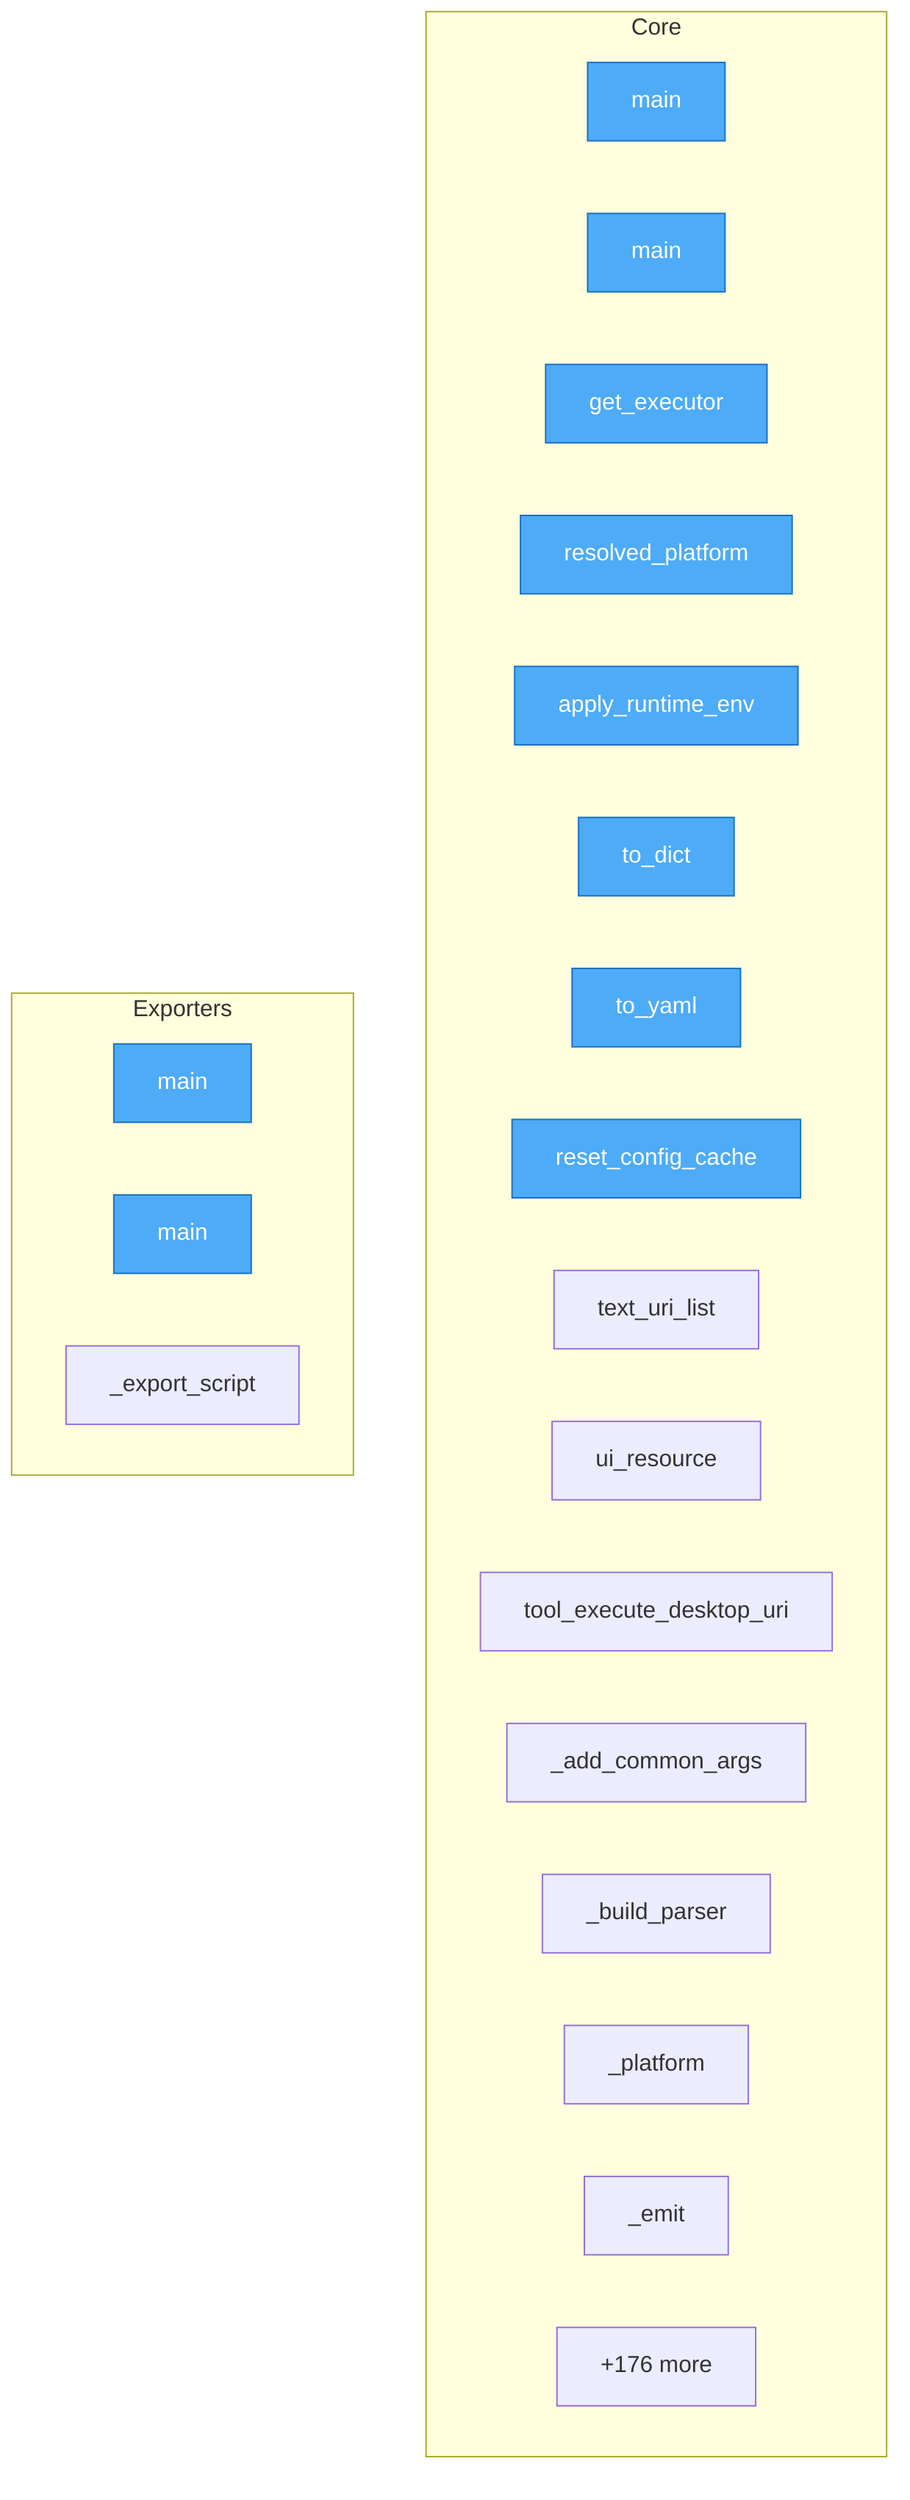
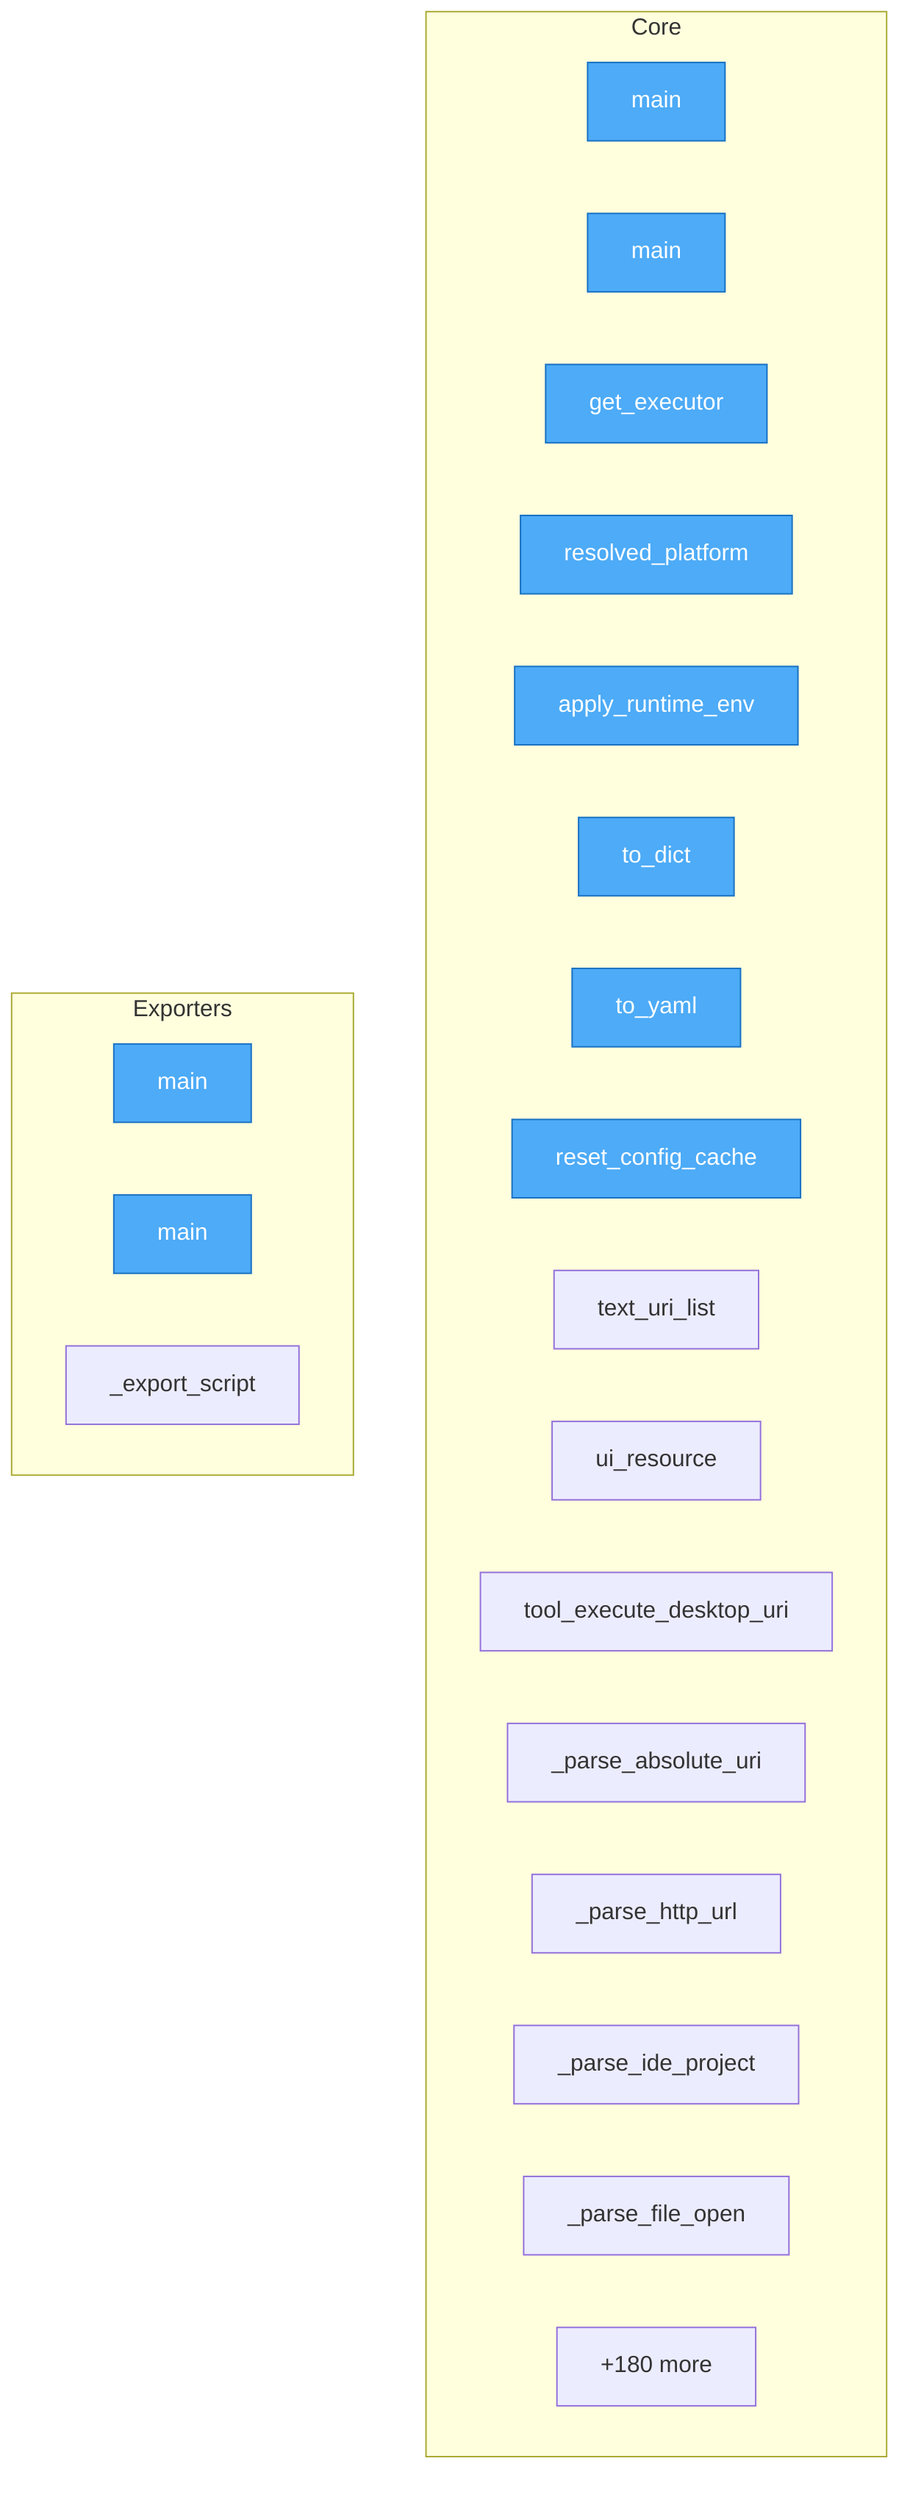
flowchart TD
- %% generated in 0.02s
+ %% generated in 0.03s

    %% Entry points (blue)
    classDef entry fill:#4dabf7,stroke:#1971c2,color:#fff

    subgraph Core
        schemas__codegen__fix_proto_imports__main["main"]
        schemas__codegen__scaffold_scheme__main["main"]
        src__nlp2uri__runtime__get_executor["get_executor"]
        src__nlp2uri__config__NLP2URIConfig__resolved_platform["resolved_platform"]
        src__nlp2uri__config__NLP2URIConfig__apply_runtime_env["apply_runtime_env"]
        src__nlp2uri__config__NLP2URIConfig__to_dict["to_dict"]
        src__nlp2uri__config__NLP2URIConfig__to_yaml["to_yaml"]
        src__nlp2uri__config__reset_config_cache["reset_config_cache"]
        src__nlp2uri__mcp__text_uri_list["text_uri_list"]
        src__nlp2uri__mcp__ui_resource["ui_resource"]
        src__nlp2uri__mcp__tool_execute_desktop_uri["tool_execute_desktop_uri"]
-         src__nlp2uri__cli___add_common_args["_add_common_args"]
-         src__nlp2uri__cli___build_parser["_build_parser"]
-         src__nlp2uri__cli___platform["_platform"]
-         src__nlp2uri__cli___emit["_emit"]
-         ...["+176 more"]
+         src__nlp2uri__parse_nl___parse_absolute_uri["_parse_absolute_uri"]
+         src__nlp2uri__parse_nl___parse_http_url["_parse_http_url"]
+         src__nlp2uri__parse_nl___parse_ide_project["_parse_ide_project"]
+         src__nlp2uri__parse_nl___parse_file_open["_parse_file_open"]
+         ...["+180 more"]
    end

    subgraph Exporters
        schemas__codegen__export_mcp_schemas__main["main"]
        schemas__codegen__export_driver_stubs__main["main"]
        src__nlp2uri__adapters__shell__ShellAdapter___export_script["_export_script"]
    end

    class schemas__codegen__fix_proto_imports__main,schemas__codegen__export_mcp_schemas__main,schemas__codegen__export_driver_stubs__main,schemas__codegen__scaffold_scheme__main,src__nlp2uri__runtime__get_executor,src__nlp2uri__config__NLP2URIConfig__resolved_platform,src__nlp2uri__config__NLP2URIConfig__apply_runtime_env,src__nlp2uri__config__NLP2URIConfig__to_dict,src__nlp2uri__config__NLP2URIConfig__to_yaml,src__nlp2uri__config__reset_config_cache entry
